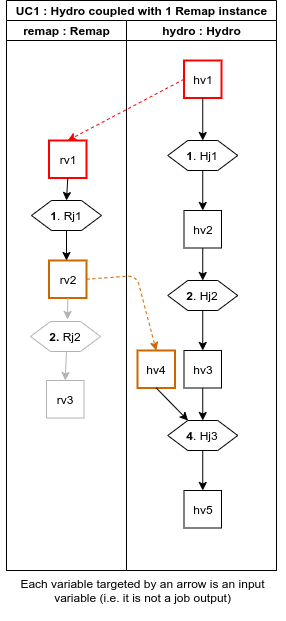
Above: docs/fr.cea.nabla.mkdocs/docs/modulecomposition/img/HydroAnd1Remap.png in cea-hpc/NabLab (draw.io), before the change. Source tidied: cells renumbered, new cells last; positions are measured from the earlier drawing's top-left corner, leaving out a move shared by most shapes.
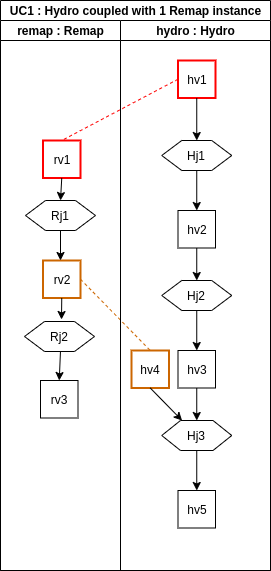
After the change.

Diff of the diagram source:
```diff
@@ -8,7 +8,7 @@
     <mxCell id="3" value="remap : Remap" style="swimlane;html=1;startSize=20;" parent="2" vertex="1">
       <mxGeometry y="20" width="120" height="550" as="geometry" />
     </mxCell>
-    <mxCell id="4" style="endArrow=classic;html=1;exitX=0.5;exitY=1;exitDx=0;exitDy=0;entryX=0.5;entryY=0;entryDx=0;entryDy=0;strokeColor=#B3B3B3;" parent="3" edge="1" target="7">
+    <mxCell id="4" style="endArrow=classic;html=1;exitX=0.5;exitY=1;exitDx=0;exitDy=0;entryX=0.5;entryY=0;entryDx=0;entryDy=0;" parent="3" edge="1" target="7">
       <mxGeometry relative="1" as="geometry">
         <mxPoint x="60" y="330" as="sourcePoint" />
       </mxGeometry>
@@ -16,16 +16,16 @@
     <mxCell id="5" value="rv2" style="whiteSpace=wrap;html=1;strokeWidth=2;strokeColor=#CC6600;" parent="3" vertex="1">
       <mxGeometry x="42.5" y="240" width="37.5" height="37.5" as="geometry" />
     </mxCell>
-    <mxCell id="6" value="&lt;b&gt;2.&lt;/b&gt;&amp;nbsp;Rj2" style="shape=hexagon;perimeter=hexagonPerimeter2;whiteSpace=wrap;html=1;fixedSize=1;strokeColor=#B3B3B3;" parent="3" vertex="1">
+    <mxCell id="6" value="Rj2" style="shape=hexagon;perimeter=hexagonPerimeter2;whiteSpace=wrap;html=1;fixedSize=1;" parent="3" vertex="1">
       <mxGeometry x="24" y="301" width="70" height="30" as="geometry" />
     </mxCell>
-    <mxCell id="7" value="rv3" style="whiteSpace=wrap;html=1;strokeColor=#B3B3B3;" parent="3" vertex="1">
+    <mxCell id="7" value="rv3" style="whiteSpace=wrap;html=1;" parent="3" vertex="1">
       <mxGeometry x="40" y="360" width="37.5" height="37.5" as="geometry" />
     </mxCell>
     <mxCell id="8" value="rv1" style="whiteSpace=wrap;html=1;labelBackgroundColor=#ffffff;strokeColor=#FF0000;strokeWidth=2;" parent="3" vertex="1">
       <mxGeometry x="42.5" y="120" width="37.5" height="37.5" as="geometry" />
     </mxCell>
-    <mxCell id="9" value="&lt;b&gt;1&lt;/b&gt;. Rj1" style="shape=hexagon;perimeter=hexagonPerimeter2;whiteSpace=wrap;html=1;fixedSize=1;" parent="3" vertex="1">
+    <mxCell id="9" value="Rj1" style="shape=hexagon;perimeter=hexagonPerimeter2;whiteSpace=wrap;html=1;fixedSize=1;" parent="3" vertex="1">
       <mxGeometry x="25" y="180" width="70" height="30" as="geometry" />
     </mxCell>
     <mxCell id="10" style="endArrow=classic;html=1;exitX=0.5;exitY=1;exitDx=0;exitDy=0;entryX=0.5;entryY=0;entryDx=0;entryDy=0;" parent="3" edge="1" source="8" target="9">
@@ -36,14 +36,10 @@
         <mxPoint x="60" y="240" as="targetPoint" />
       </mxGeometry>
     </mxCell>
-    <mxCell id="12" style="endArrow=classic;html=1;dashed=1;exitX=1;exitY=0.5;exitDx=0;exitDy=0;entryX=0.5;entryY=0;entryDx=0;entryDy=0;strokeColor=#CC6600;" parent="2" edge="1" source="5" target="15">
-      <mxGeometry relative="1" as="geometry">
-        <Array as="points">
-          <mxPoint x="130" y="275" />
-        </Array>
-      </mxGeometry>
+    <mxCell id="12" style="endArrow=none;html=1;dashed=1;exitX=1;exitY=0.5;exitDx=0;exitDy=0;entryX=0.5;entryY=0;entryDx=0;entryDy=0;strokeColor=#CC6600;endFill=0;" parent="2" edge="1" source="5" target="15">
+      <mxGeometry relative="1" as="geometry" />
     </mxCell>
-    <mxCell id="13" style="endArrow=classic;html=1;exitX=0;exitY=0.5;exitDx=0;exitDy=0;entryX=0.5;entryY=0;entryDx=0;entryDy=0;strokeColor=#FF0000;dashed=1;" parent="2" edge="1" source="22" target="8">
+    <mxCell id="13" style="endArrow=none;html=1;exitX=0;exitY=0.5;exitDx=0;exitDy=0;entryX=0.5;entryY=0;entryDx=0;entryDy=0;strokeColor=#FF0000;dashed=1;endFill=0;" parent="2" edge="1" source="22" target="8">
       <mxGeometry relative="1" as="geometry" />
     </mxCell>
     <mxCell id="14" value="hydro : Hydro" style="swimlane;html=1;startSize=20;" parent="2" vertex="1">
@@ -52,19 +48,19 @@
     <mxCell id="15" value="hv4" style="whiteSpace=wrap;html=1;strokeWidth=2;strokeColor=#CC6600;" parent="14" vertex="1">
       <mxGeometry x="11" y="330" width="37.5" height="37.5" as="geometry" />
     </mxCell>
-    <mxCell id="16" value="&lt;b&gt;2&lt;/b&gt;. Hj2" style="shape=hexagon;perimeter=hexagonPerimeter2;whiteSpace=wrap;html=1;fixedSize=1;" parent="14" vertex="1">
+    <mxCell id="16" value="Hj2" style="shape=hexagon;perimeter=hexagonPerimeter2;whiteSpace=wrap;html=1;fixedSize=1;" parent="14" vertex="1">
       <mxGeometry x="41.2" y="260" width="70" height="30" as="geometry" />
     </mxCell>
     <mxCell id="17" value="hv2" style="whiteSpace=wrap;html=1;strokeWidth=1;" parent="14" vertex="1">
       <mxGeometry x="57.5" y="190" width="37.5" height="37.5" as="geometry" />
     </mxCell>
-    <mxCell id="18" value="&lt;b&gt;&lt;font style=&quot;font-size: 12px&quot;&gt;1&lt;/font&gt;&lt;/b&gt;. Hj1" style="shape=hexagon;perimeter=hexagonPerimeter2;whiteSpace=wrap;html=1;fixedSize=1;" parent="14" vertex="1">
+    <mxCell id="18" value="Hj1" style="shape=hexagon;perimeter=hexagonPerimeter2;whiteSpace=wrap;html=1;fixedSize=1;" parent="14" vertex="1">
       <mxGeometry x="41.2" y="120" width="70" height="30" as="geometry" />
     </mxCell>
     <mxCell id="19" value="hv3" style="whiteSpace=wrap;html=1;" parent="14" vertex="1">
       <mxGeometry x="57.5" y="330" width="37.5" height="37.5" as="geometry" />
     </mxCell>
-    <mxCell id="20" value="&lt;b&gt;4&lt;/b&gt;. Hj3" style="shape=hexagon;perimeter=hexagonPerimeter2;whiteSpace=wrap;html=1;fixedSize=1;" parent="14" vertex="1">
+    <mxCell id="20" value="Hj3" style="shape=hexagon;perimeter=hexagonPerimeter2;whiteSpace=wrap;html=1;fixedSize=1;size=18.75;" parent="14" vertex="1">
       <mxGeometry x="41.2" y="400" width="70" height="30" as="geometry" />
     </mxCell>
     <mxCell id="21" value="hv5" style="whiteSpace=wrap;html=1;" parent="14" vertex="1">
@@ -100,13 +96,10 @@
     <mxCell id="29" style="endArrow=classic;html=1;exitX=0.5;exitY=1;exitDx=0;exitDy=0;entryX=0.5;entryY=0;entryDx=0;entryDy=0;" parent="14" edge="1" source="20" target="21">
       <mxGeometry relative="1" as="geometry" />
     </mxCell>
-    <mxCell id="30" style="endArrow=classic;html=1;exitX=0.5;exitY=1;exitDx=0;exitDy=0;strokeColor=#B3B3B3;" parent="1" edge="1" source="5">
+    <mxCell id="30" style="endArrow=classic;html=1;exitX=0.5;exitY=1;exitDx=0;exitDy=0;" parent="1" edge="1" source="5">
       <mxGeometry relative="1" as="geometry">
         <mxPoint x="67" y="319" as="targetPoint" />
       </mxGeometry>
     </mxCell>
-    <mxCell id="31" value="Each variable targeted by an arrow is an input variable (i.e. it is not a job output)" style="text;html=1;strokeColor=none;fillColor=none;align=center;verticalAlign=middle;whiteSpace=wrap;rounded=0;" parent="1" vertex="1">
-      <mxGeometry y="560" width="285" height="60" as="geometry" />
-    </mxCell>
   </root>
 </mxGraphModel>
```
